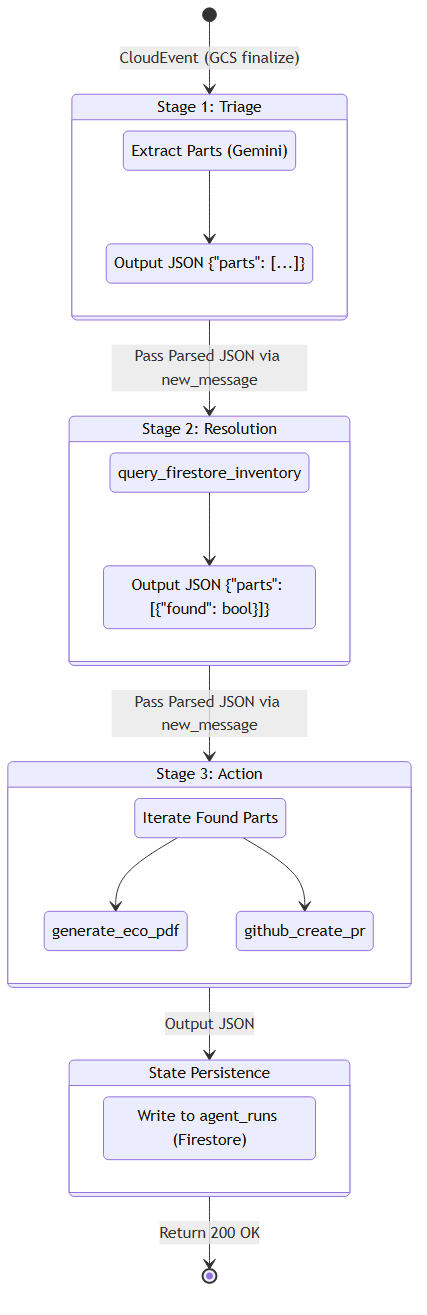
Before: docs/diagrams/multi-agent-flow.png, a diagram exported from Mermaid (shawnsony07/pcn-orchestrator-2026). Its source is kept beside it as docs/diagrams/multi-agent-flow.mmd. Source of this version:
```mermaid
stateDiagram-v2
    direction TB

    [*] --> TriageAgent: CloudEvent (GCS finalize)

    state "Stage 1: Triage" as TriageAgent {
        ParsePDF: Extract Parts (Gemini)
        ReturnParts: Output JSON {"parts": [...]}
        ParsePDF --> ReturnParts
    }

    TriageAgent --> ResolutionAgent: Pass Parsed JSON via new_message

    state "Stage 2: Resolution" as ResolutionAgent {
        QueryDB: query_firestore_inventory
        ReturnResolution: Output JSON {"parts": [{"found": bool}]}
        QueryDB --> ReturnResolution
    }

    ResolutionAgent --> ActionAgent: Pass Parsed JSON via new_message

    state "Stage 3: Action" as ActionAgent {
        CheckFound: Iterate Found Parts
        CreateECO: generate_eco_pdf
        CreatePR: github_create_pr
        CheckFound --> CreateECO
        CheckFound --> CreatePR
    }

    ActionAgent --> WriteState: Output JSON

    state "State Persistence" as WriteState {
        LogDB: Write to agent_runs (Firestore)
    }

    WriteState --> [*]: Return 200 OK
```
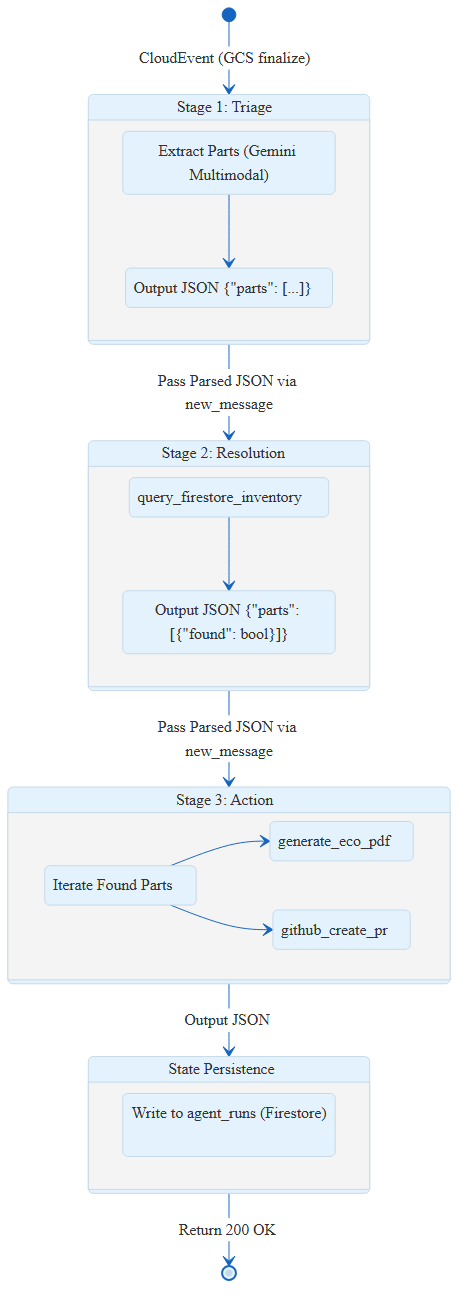
Above is the later version.

Change to the diagram source:
```diff
@@ -1,10 +1,11 @@
+%%{init: {'theme': 'base', 'themeVariables': { 'primaryColor': '#E3F2FD', 'edgeLabelBackground':'#FFFFFF', 'tertiaryColor': '#F5F5F5', 'fontFamily': 'sans-serif', 'lineColor': '#1565C0'}}}%%
 stateDiagram-v2
     direction TB
 
     [*] --> TriageAgent: CloudEvent (GCS finalize)
 
     state "Stage 1: Triage" as TriageAgent {
-        ParsePDF: Extract Parts (Gemini)
+        ParsePDF: Extract Parts (Gemini Multimodal)
         ReturnParts: Output JSON {"parts": [...]}
         ParsePDF --> ReturnParts
     }
@@ -20,6 +21,7 @@
     ResolutionAgent --> ActionAgent: Pass Parsed JSON via new_message
 
     state "Stage 3: Action" as ActionAgent {
+        direction LR
         CheckFound: Iterate Found Parts
         CreateECO: generate_eco_pdf
         CreatePR: github_create_pr
```
